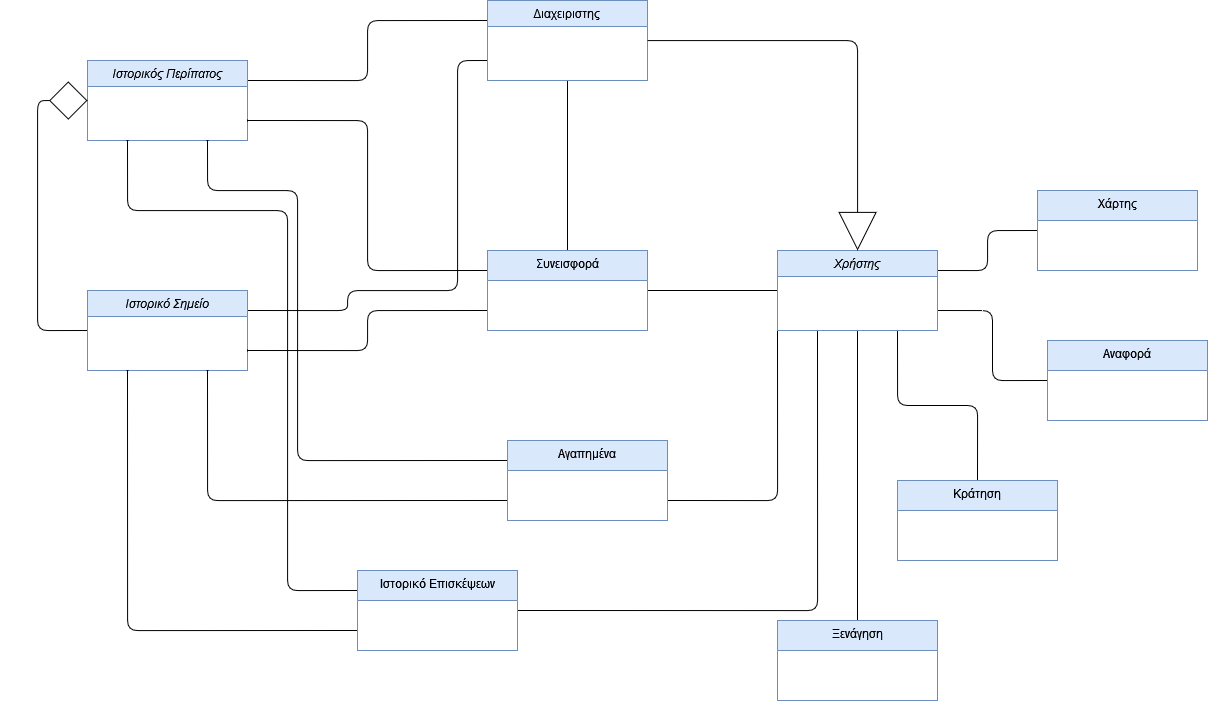
Nektar24/software-engineering keeps this draw.io diagram as NOTES/Domain Model v0.1.png. Above is the earlier version. Source tidied: cells renumbered, new cells last; positions are measured from the earlier drawing's top-left corner, leaving out a move shared by most shapes.
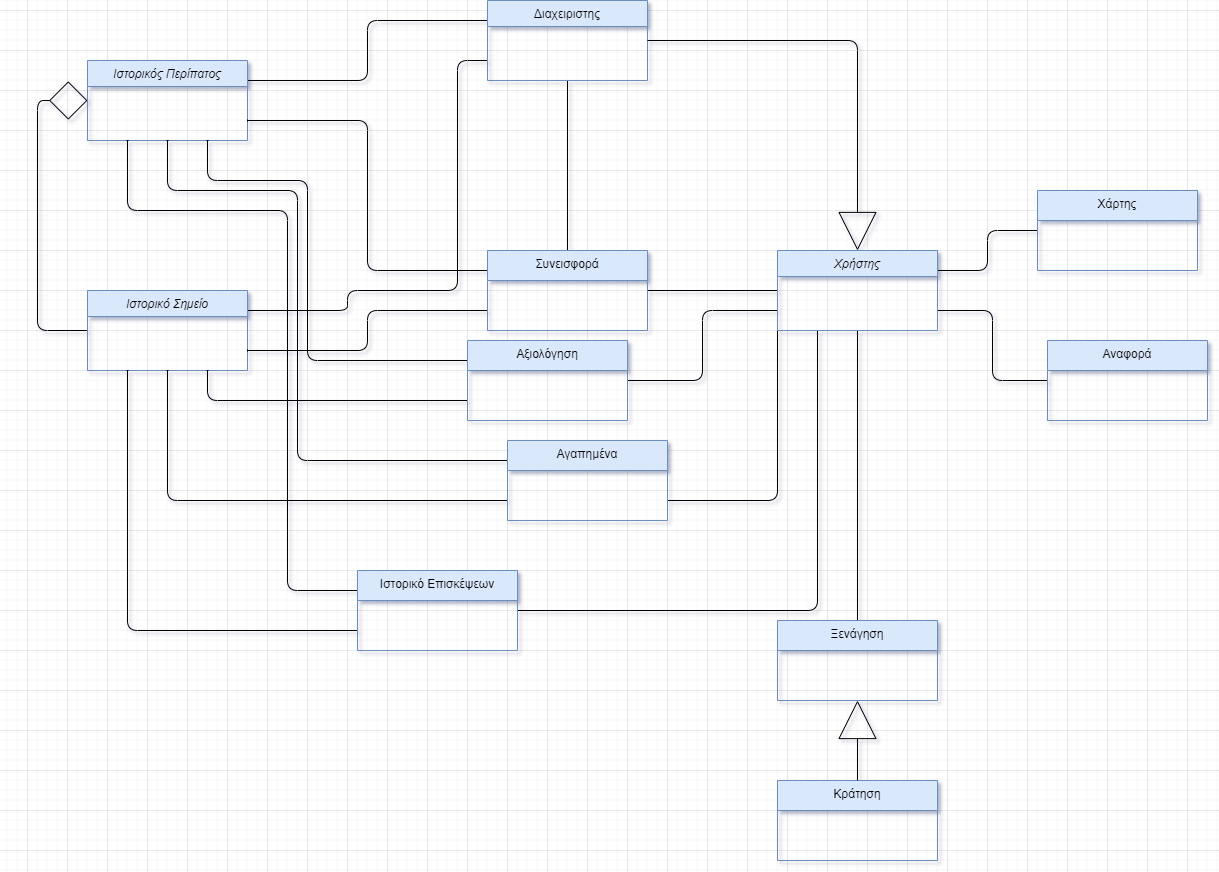
The same file after the commit.

Commit message:
domain model changes and rename of 2 mockups

Change to the diagram source:
```diff
@@ -14,15 +14,15 @@
     <mxCell id="5" style="edgeStyle=orthogonalEdgeStyle;rounded=1;jettySize=auto;html=1;exitX=0.5;exitY=1;exitDx=0;exitDy=0;entryX=0.5;entryY=0;entryDx=0;entryDy=0;strokeColor=default;align=center;verticalAlign=middle;fontFamily=Helvetica;fontSize=11;fontColor=default;labelBackgroundColor=default;elbow=vertical;endArrow=baseDash;endFill=0;endSize=0;curved=0;" parent="1" edge="1" source="9" target="27">
       <mxGeometry relative="1" as="geometry" />
     </mxCell>
-    <mxCell id="6" style="edgeStyle=orthogonalEdgeStyle;rounded=1;jettySize=auto;html=1;exitX=0.75;exitY=1;exitDx=0;exitDy=0;entryX=0.5;entryY=0;entryDx=0;entryDy=0;strokeColor=default;align=center;verticalAlign=middle;fontFamily=Helvetica;fontSize=11;fontColor=default;labelBackgroundColor=default;elbow=vertical;endArrow=baseDash;endFill=0;endSize=0;curved=0;" parent="1" edge="1" source="9" target="28">
-      <mxGeometry relative="1" as="geometry" />
-    </mxCell>
     <mxCell id="7" style="edgeStyle=orthogonalEdgeStyle;curved=0;rounded=1;jettySize=auto;html=1;exitX=1;exitY=0.75;exitDx=0;exitDy=0;entryX=0;entryY=0.5;entryDx=0;entryDy=0;strokeColor=default;align=center;verticalAlign=middle;fontFamily=Helvetica;fontSize=11;fontColor=default;labelBackgroundColor=default;elbow=vertical;endArrow=baseDash;endFill=0;endSize=0;" parent="1" edge="1" source="9" target="29">
       <mxGeometry relative="1" as="geometry" />
     </mxCell>
     <mxCell id="8" style="edgeStyle=orthogonalEdgeStyle;curved=0;rounded=1;jettySize=auto;html=1;exitX=1;exitY=0.25;exitDx=0;exitDy=0;entryX=0;entryY=0.5;entryDx=0;entryDy=0;strokeColor=default;align=center;verticalAlign=middle;fontFamily=Helvetica;fontSize=11;fontColor=default;labelBackgroundColor=default;elbow=vertical;endArrow=baseDash;endFill=0;endSize=0;" parent="1" edge="1" source="9" target="30">
       <mxGeometry relative="1" as="geometry" />
     </mxCell>
+    <mxCell id="31" style="edgeStyle=orthogonalEdgeStyle;curved=0;rounded=1;jettySize=auto;html=1;exitX=0;exitY=0.75;exitDx=0;exitDy=0;entryX=1;entryY=0.5;entryDx=0;entryDy=0;strokeColor=default;align=center;verticalAlign=middle;fontFamily=Helvetica;fontSize=11;fontColor=default;labelBackgroundColor=default;elbow=vertical;endArrow=baseDash;endFill=0;endSize=0;" parent="1" edge="1" source="9" target="34">
+      <mxGeometry relative="1" as="geometry" />
+    </mxCell>
     <mxCell id="9" value="Χρήστης" style="swimlane;fontStyle=2;align=center;verticalAlign=top;horizontal=1;startSize=26;rounded=0;shadow=0;strokeWidth=1;fillColor=#dae8fc;strokeColor=#6c8ebf;" parent="1" vertex="1">
       <mxGeometry x="690" y="250" width="160" height="80" as="geometry" />
     </mxCell>
@@ -66,15 +66,15 @@
     <mxCell id="20" value="Συνεισφορά" style="swimlane;fontStyle=0;align=center;verticalAlign=top;horizontal=1;startSize=30;rounded=0;shadow=0;strokeWidth=1;fillColor=#dae8fc;strokeColor=#6c8ebf;" parent="1" vertex="1">
       <mxGeometry x="400" y="250" width="160" height="80" as="geometry" />
     </mxCell>
-    <mxCell id="21" style="edgeStyle=orthogonalEdgeStyle;curved=0;rounded=1;jettySize=auto;html=1;exitX=0;exitY=0.75;exitDx=0;exitDy=0;entryX=0.75;entryY=1;entryDx=0;entryDy=0;strokeColor=default;align=center;verticalAlign=middle;fontFamily=Helvetica;fontSize=11;fontColor=default;labelBackgroundColor=default;elbow=vertical;endArrow=baseDash;endFill=0;endSize=0;" parent="1" edge="1" source="23" target="17">
+    <mxCell id="21" style="edgeStyle=orthogonalEdgeStyle;curved=0;rounded=1;jettySize=auto;html=1;exitX=0;exitY=0.75;exitDx=0;exitDy=0;entryX=0.5;entryY=1;entryDx=0;entryDy=0;strokeColor=default;align=center;verticalAlign=middle;fontFamily=Helvetica;fontSize=11;fontColor=default;labelBackgroundColor=default;elbow=vertical;endArrow=baseDash;endFill=0;endSize=0;" parent="1" edge="1" source="23" target="17">
       <mxGeometry relative="1" as="geometry" />
     </mxCell>
-    <mxCell id="22" style="edgeStyle=orthogonalEdgeStyle;curved=0;rounded=1;jettySize=auto;html=1;exitX=0;exitY=0.25;exitDx=0;exitDy=0;entryX=0.75;entryY=1;entryDx=0;entryDy=0;strokeColor=default;align=center;verticalAlign=middle;fontFamily=Helvetica;fontSize=11;fontColor=default;labelBackgroundColor=default;elbow=vertical;endArrow=baseDash;endFill=0;endSize=0;" parent="1" edge="1" source="23" target="15">
+    <mxCell id="22" style="edgeStyle=orthogonalEdgeStyle;curved=0;rounded=1;jettySize=auto;html=1;exitX=0;exitY=0.25;exitDx=0;exitDy=0;entryX=0.5;entryY=1;entryDx=0;entryDy=0;strokeColor=default;align=center;verticalAlign=middle;fontFamily=Helvetica;fontSize=11;fontColor=default;labelBackgroundColor=default;elbow=vertical;endArrow=baseDash;endFill=0;endSize=0;" parent="1" edge="1" source="23" target="15">
       <mxGeometry relative="1" as="geometry">
         <Array as="points">
           <mxPoint x="210" y="460" />
           <mxPoint x="210" y="190" />
-          <mxPoint x="120" y="190" />
+          <mxPoint x="80" y="190" />
         </Array>
       </mxGeometry>
     </mxCell>
@@ -100,7 +100,7 @@
       <mxGeometry x="690" y="620" width="160" height="80" as="geometry" />
     </mxCell>
     <mxCell id="28" value="Κράτηση" style="swimlane;fontStyle=0;align=center;verticalAlign=top;horizontal=1;startSize=30;rounded=0;shadow=0;strokeWidth=1;fillColor=#dae8fc;strokeColor=#6c8ebf;" parent="1" vertex="1">
-      <mxGeometry x="810" y="480" width="160" height="80" as="geometry" />
+      <mxGeometry x="690" y="780" width="160" height="80" as="geometry" />
     </mxCell>
     <mxCell id="29" value="Αναφορά" style="swimlane;fontStyle=0;align=center;verticalAlign=top;horizontal=1;startSize=30;rounded=0;shadow=0;strokeWidth=1;fillColor=#dae8fc;strokeColor=#6c8ebf;" parent="1" vertex="1">
       <mxGeometry x="960" y="340" width="160" height="80" as="geometry" />
@@ -108,5 +108,23 @@
     <mxCell id="30" value="Χάρτης" style="swimlane;fontStyle=0;align=center;verticalAlign=top;horizontal=1;startSize=30;rounded=0;shadow=0;strokeWidth=1;fillColor=#dae8fc;strokeColor=#6c8ebf;" parent="1" vertex="1">
       <mxGeometry x="950" y="190" width="160" height="80" as="geometry" />
     </mxCell>
+    <mxCell id="32" style="edgeStyle=orthogonalEdgeStyle;curved=0;rounded=1;jettySize=auto;html=1;exitX=0;exitY=0.25;exitDx=0;exitDy=0;strokeColor=default;align=center;verticalAlign=middle;fontFamily=Helvetica;fontSize=11;fontColor=default;labelBackgroundColor=default;elbow=vertical;endArrow=baseDash;endFill=0;endSize=0;entryX=0.75;entryY=1;entryDx=0;entryDy=0;" parent="1" edge="1" source="34" target="15">
+      <mxGeometry relative="1" as="geometry">
+        <Array as="points">
+          <mxPoint x="220" y="360" />
+          <mxPoint x="220" y="180" />
+          <mxPoint x="120" y="180" />
+        </Array>
+      </mxGeometry>
+    </mxCell>
+    <mxCell id="33" style="edgeStyle=orthogonalEdgeStyle;curved=0;rounded=1;jettySize=auto;html=1;exitX=0;exitY=0.75;exitDx=0;exitDy=0;entryX=0.75;entryY=1;entryDx=0;entryDy=0;strokeColor=default;align=center;verticalAlign=middle;fontFamily=Helvetica;fontSize=11;fontColor=default;labelBackgroundColor=default;elbow=vertical;endArrow=baseDash;endFill=0;endSize=0;" parent="1" edge="1" source="34" target="17">
+      <mxGeometry relative="1" as="geometry" />
+    </mxCell>
+    <mxCell id="34" value="Αξιολόγηση" style="swimlane;fontStyle=0;align=center;verticalAlign=top;horizontal=1;startSize=30;rounded=0;shadow=0;strokeWidth=1;fillColor=#dae8fc;strokeColor=#6c8ebf;" parent="1" vertex="1">
+      <mxGeometry x="380" y="340" width="160" height="80" as="geometry" />
+    </mxCell>
+    <mxCell id="35" style="endArrow=block;endSize=36;endFill=0;shadow=0;strokeWidth=1;rounded=1;edgeStyle=orthogonalEdgeStyle;elbow=vertical;curved=0;exitX=0.5;exitY=0;exitDx=0;exitDy=0;entryX=0.5;entryY=1;entryDx=0;entryDy=0;" parent="1" edge="1" source="28" target="27">
+      <mxGeometry relative="1" as="geometry" />
+    </mxCell>
   </root>
 </mxGraphModel>
```
